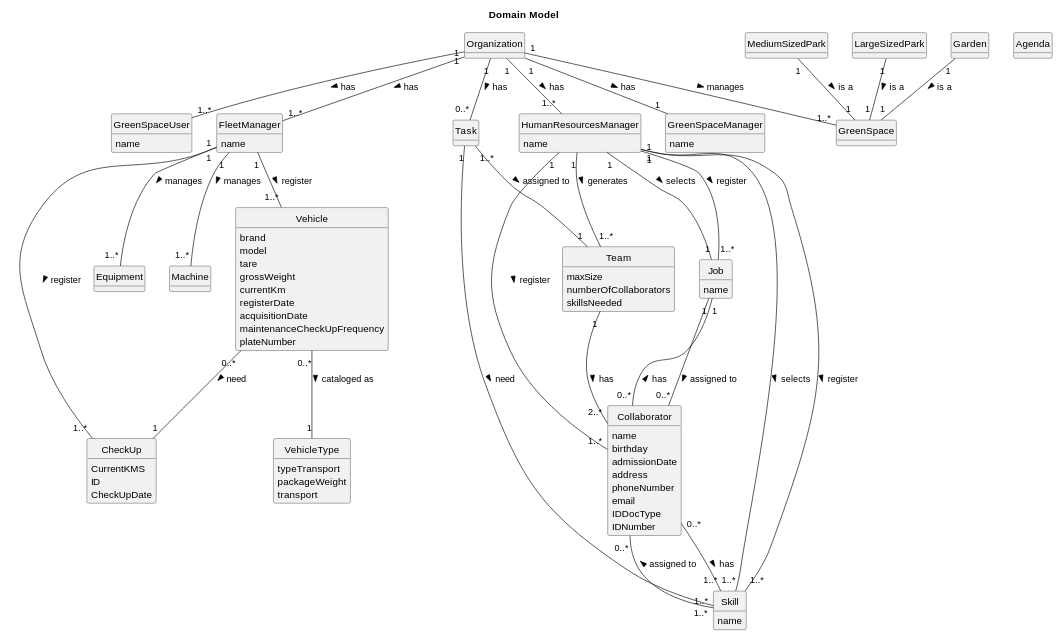
daniel41silva05/ISEP_2023_2024_LAPR2 keeps this PlantUML diagram as docs/sprintA&B/global-artifacts/02.analysis/svg/project-domain-model.svg. Above is the earlier version.
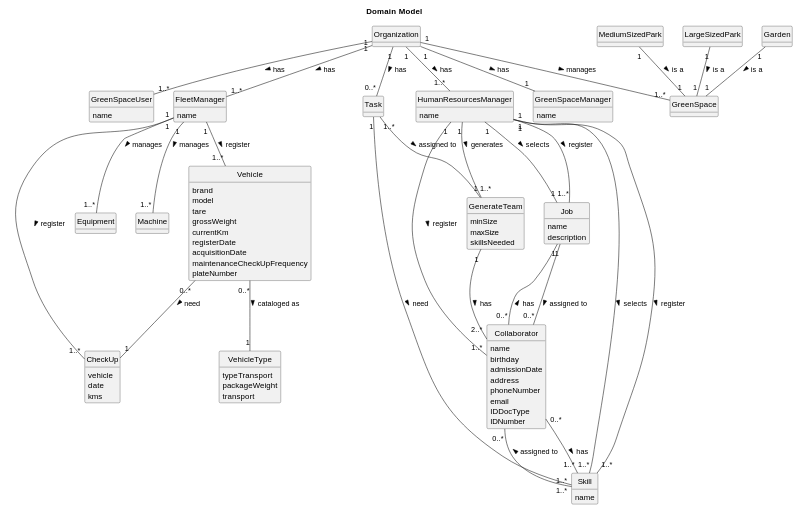
The same diagram one commit later.

Commit message:
ED20 - class correction diagram and java doc

What changed in the source:
```diff
@@ -50,9 +50,9 @@
     plateNumber
 }
 class CheckUp {
-    CurrentKMS
-    ID
-    CheckUpDate
+    vehicle
+    date
+    kms
 }
 class VehicleType {
     typeTransport
@@ -62,6 +62,7 @@
 
 class Job {
     name
+    description
 }
 class Collaborator {
     name
@@ -76,14 +77,12 @@
 class Skill {
     name
 }
-class Team {
+class GenerateTeam {
+    minSize
     maxSize
-    numberOfCollaborators
     skillsNeeded
 }
 
-class Agenda {
-}
 class Task {
 }
 
@@ -104,15 +103,15 @@
 Skill "1..*" -- "0..*" Collaborator : assigned to >
 HumanResourcesManager "1" -- "1..*" Collaborator : register >
 HumanResourcesManager "1" -- "1..*" Skill : register >
-HumanResourcesManager "1" -- "1..*" Team : generates >
+HumanResourcesManager "1" -- "1..*" GenerateTeam : generates >
 FleetManager "1" -- "1..*" Vehicle : register >
 FleetManager "1" -- "1..*" Equipment : manages >
 FleetManager "1" -- "1..*" Machine : manages >
 FleetManager "1" - "1..*" CheckUp : register >
 Vehicle "0..*" -- "1" CheckUp : need >
 Vehicle "0..*" -- "1" VehicleType : cataloged as >
-Team "1" -- "2..*" Collaborator : has >
+GenerateTeam "1" -- "2..*" Collaborator : has >
 Task "1" -- "1..*" Skill : need >
 Organization "1" -- "0..*" Task : has >
-Task "1..*" -- "1" Team : assigned to >
+Task "1..*" -- "1" GenerateTeam : assigned to >
 @enduml
```
